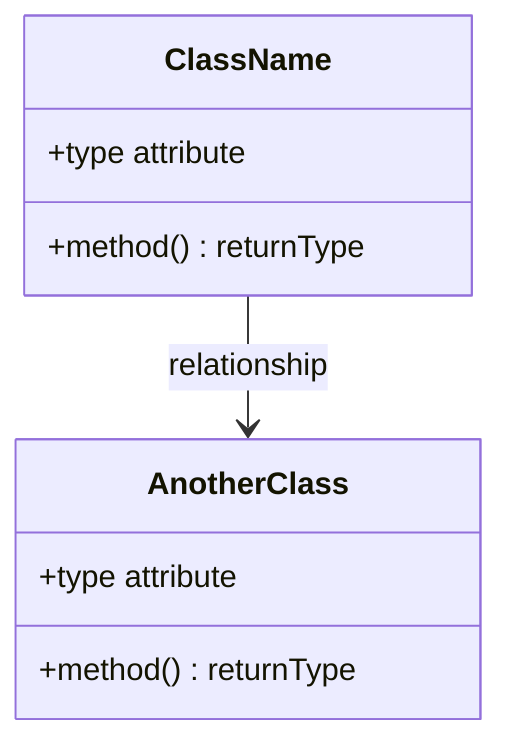
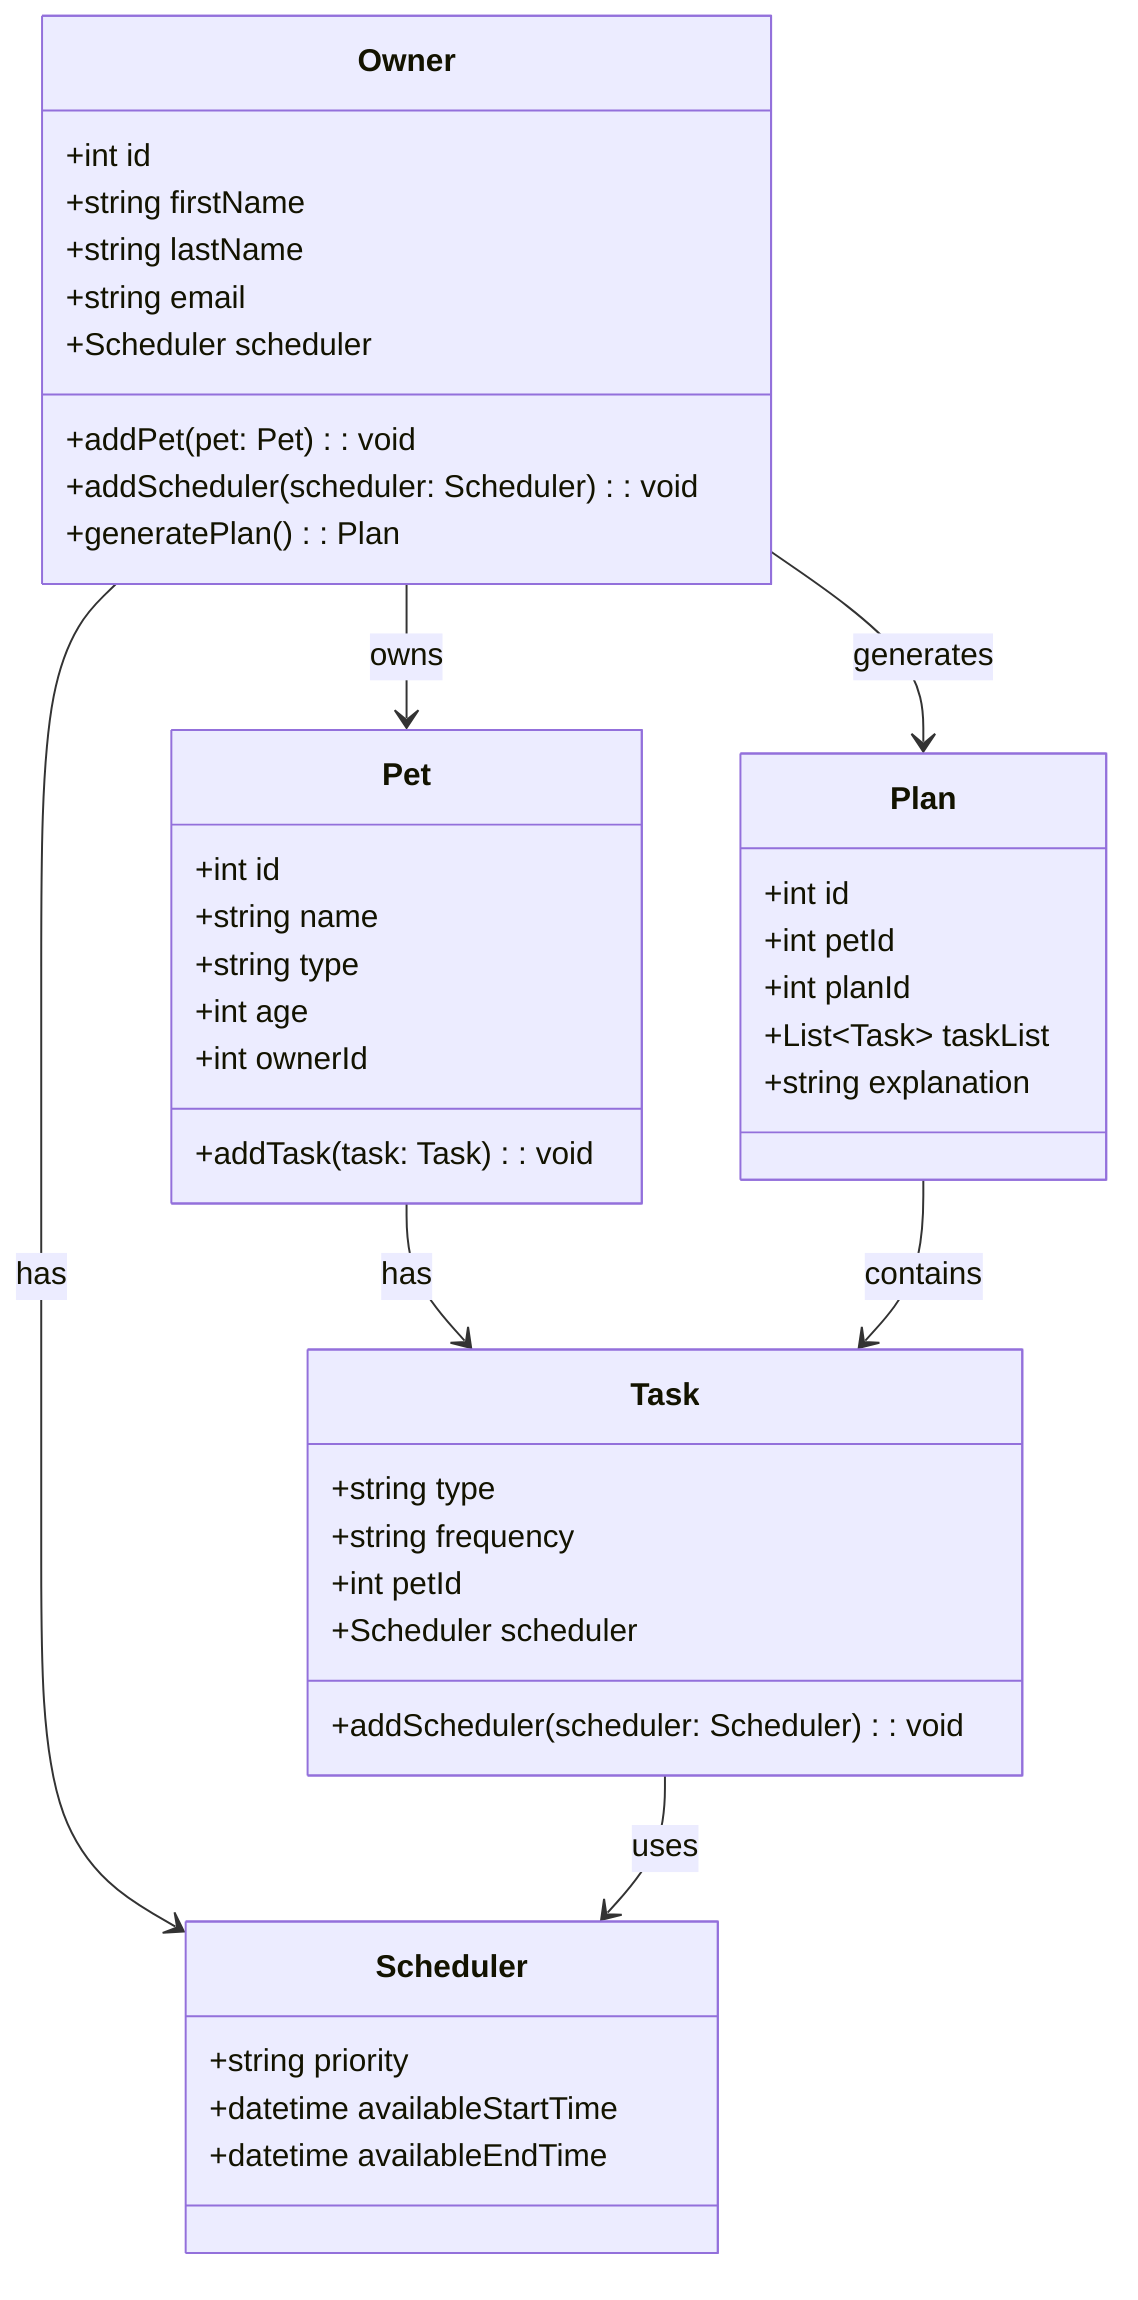
classDiagram
-     %% Replace the placeholders below with your actual classes, attributes, methods, and relationships.
-     %% Keep this file updated so it matches your final implementation.
- 
-     class ClassName {
-         +type attribute
-         +method() returnType
+     class Owner {
+         +int id
+         +string firstName
+         +string lastName
+         +string email
+         +Scheduler scheduler
+         +addPet(pet: Pet): void
+         +addScheduler(scheduler: Scheduler): void
+         +generatePlan(): Plan
    }

-     class AnotherClass {
-         +type attribute
-         +method() returnType
+     class Pet {
+         +int id
+         +string name
+         +string type
+         +int age
+         +int ownerId
+         +addTask(task: Task): void
    }

-     ClassName --> AnotherClass : relationship
+     class Task {
+         +string type
+         +string frequency
+         +int petId
+         +Scheduler scheduler
+         +addScheduler(scheduler: Scheduler): void
+     }
+ 
+     class Scheduler {
+         +string priority
+         +datetime availableStartTime
+         +datetime availableEndTime
+     }
+ 
+     class Plan {
+         +int id
+         +int petId
+         +int planId
+         +List~Task~ taskList
+         +string explanation
+     }
+ 
+     Owner --> Pet : owns
+     Pet --> Task : has
+     Owner --> Scheduler : has
+     Task --> Scheduler : uses
+     Owner --> Plan : generates
+     Plan --> Task : contains
